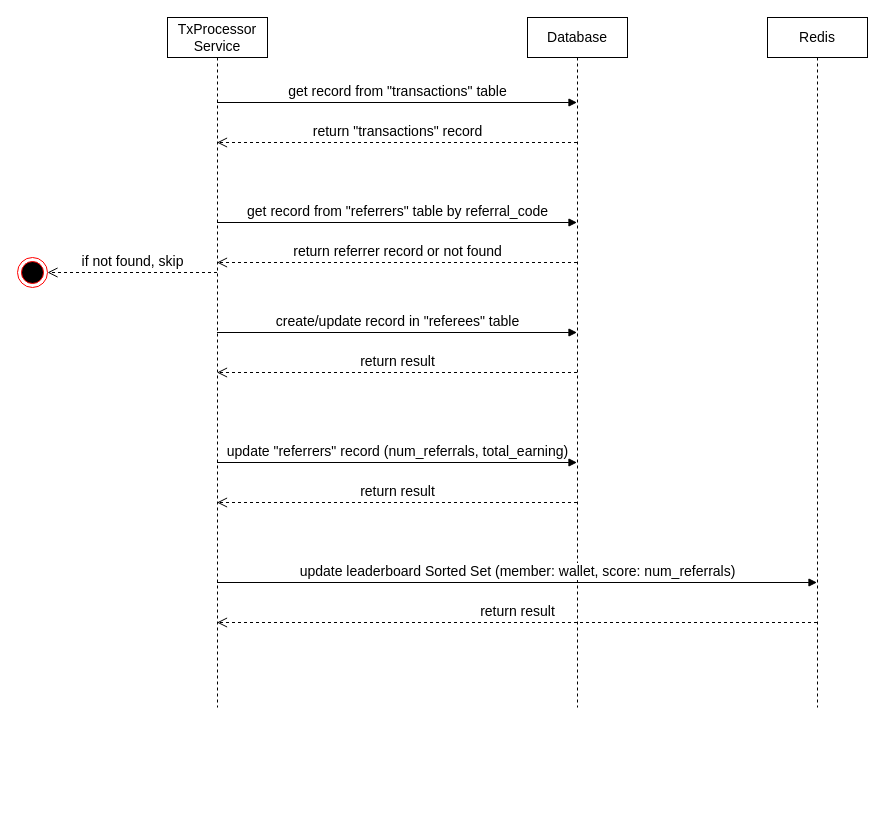
Earlier version of the draw.io diagram TxProcessor service sequence diagram.drawio (piavgh/draw.io-data). Source tidied: cells renumbered, new cells numbered last; positions are measured from the earlier drawing's top-left corner, leaving out a move shared by most shapes. Both pictures are drawn from the tidied source at 100%, with x=0, y=0 at pixel (17, 17).
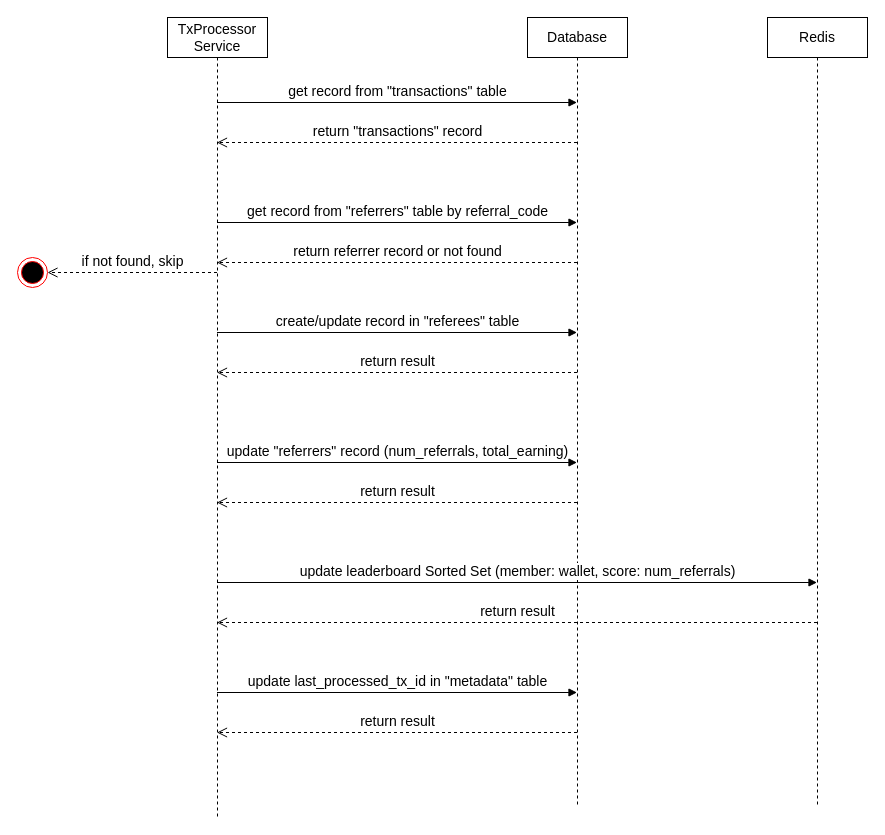
The same diagram, later.

Diff of the diagram source:
```diff
@@
     <mxCell id="2" value="TxProcessor Service" style="shape=umlLifeline;perimeter=lifelinePerimeter;whiteSpace=wrap;html=1;outlineConnect=0;fontSize=14;" parent="1" vertex="1">
-      <mxGeometry x="150" width="100" height="690" as="geometry" />
+      <mxGeometry x="150" width="100" height="800" as="geometry" />
     </mxCell>
     <mxCell id="3" value="Database" style="shape=umlLifeline;perimeter=lifelinePerimeter;whiteSpace=wrap;html=1;fontSize=14;" parent="1" vertex="1">
-      <mxGeometry x="510" width="100" height="690" as="geometry" />
+      <mxGeometry x="510" width="100" height="790" as="geometry" />
     </mxCell>
     <mxCell id="4" value="Redis" style="shape=umlLifeline;perimeter=lifelinePerimeter;whiteSpace=wrap;html=1;fontSize=14;" parent="1" vertex="1">
-      <mxGeometry x="750" width="100" height="690" as="geometry" />
+      <mxGeometry x="750" width="100" height="790" as="geometry" />
     </mxCell>
@@
+    <mxCell id="17" value="update last_processed_tx_id in &quot;metadata&quot; table" style="html=1;verticalAlign=bottom;endArrow=block;rounded=0;fontSize=14;" parent="1" edge="1">
+      <mxGeometry relative="1" as="geometry">
+        <mxPoint x="199.5" y="675" as="sourcePoint" />
+        <mxPoint x="559.5" y="675" as="targetPoint" />
+      </mxGeometry>
+    </mxCell>
+    <mxCell id="18" value="return result" style="html=1;verticalAlign=bottom;endArrow=open;dashed=1;endSize=8;rounded=0;fontSize=14;" parent="1" edge="1">
+      <mxGeometry relative="1" as="geometry">
+        <mxPoint x="559.5" y="715" as="sourcePoint" />
+        <mxPoint x="199.5" y="715" as="targetPoint" />
+      </mxGeometry>
+    </mxCell>
```
